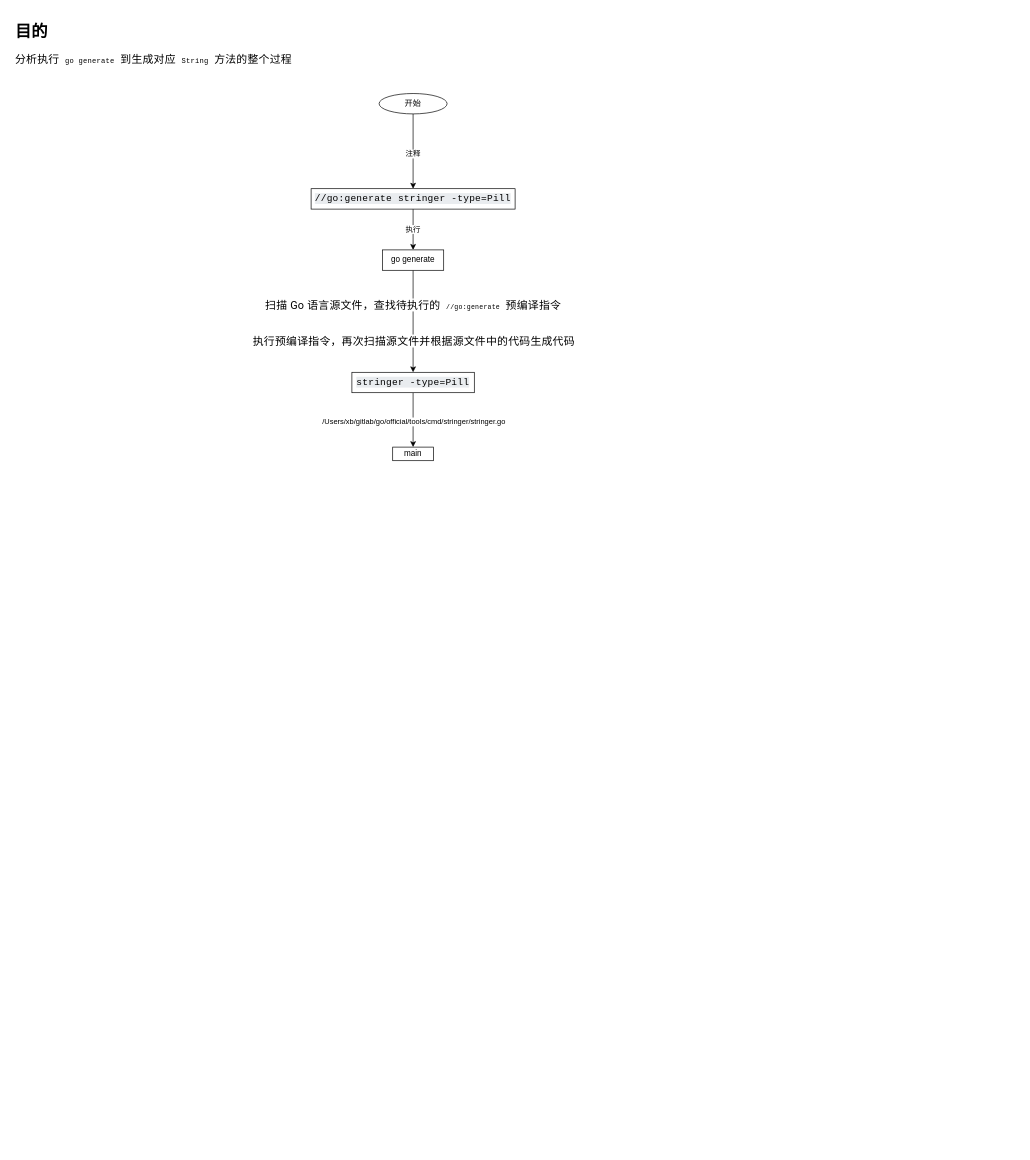
The draw.io diagram xb/design.drawio in ssbandjl/tools, before the edit. Source tidied: cells renumbered, new cells numbered last; positions are measured from the earlier drawing's top-left corner, leaving out a move shared by most shapes. Both pictures are drawn from the tidied source at 68%, with x=0, y=0 at pixel (12, 18).
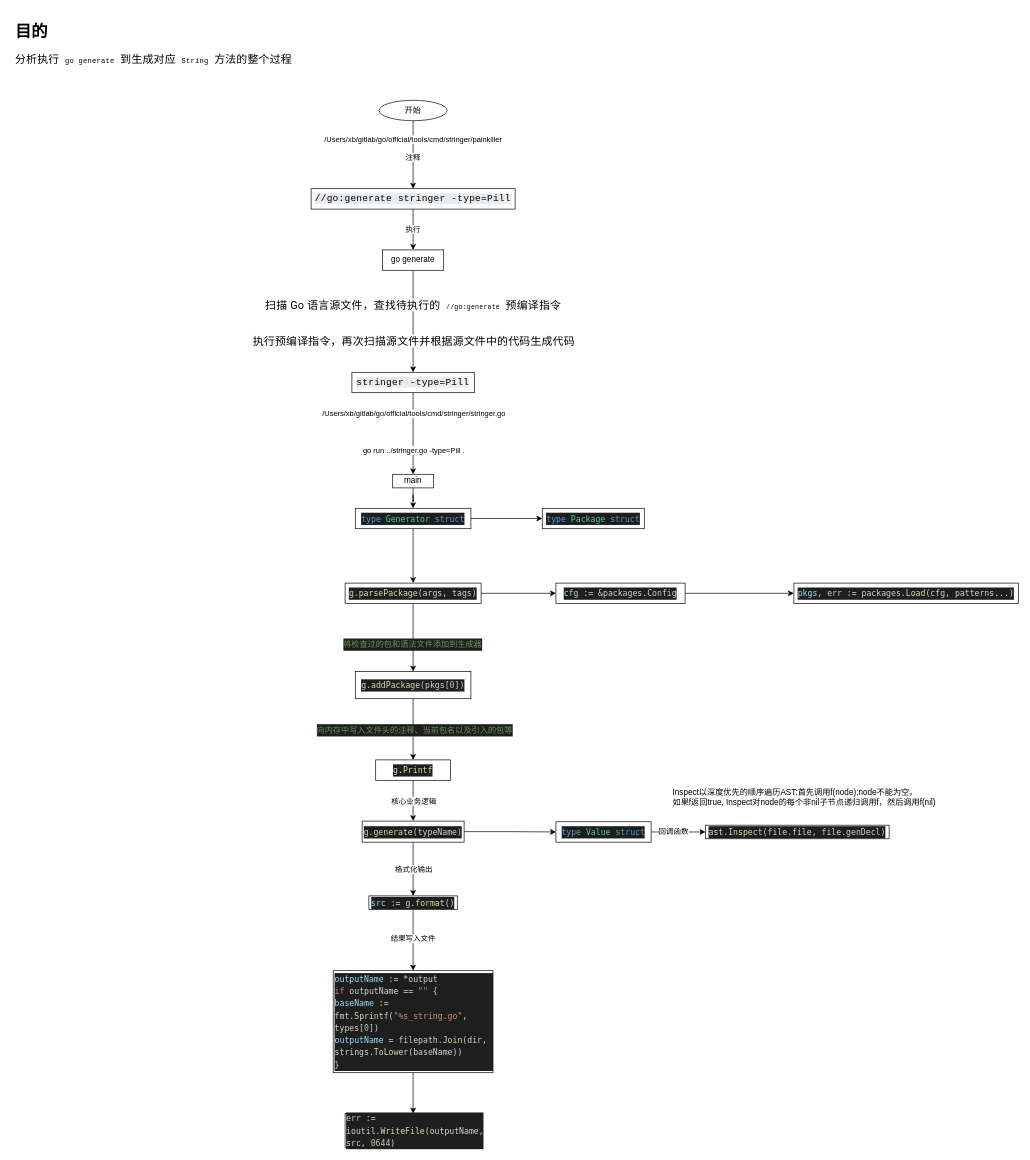
The same page after the edit.

Unchanged cells that the change refers to:
```xml
<mxCell id="2" style="edgeStyle=orthogonalEdgeStyle;rounded=0;jettySize=auto;html=1;exitX=0.5;exitY=1;exitDx=0;exitDy=0;" parent="1" edge="1" source="4" target="6">
  <mxGeometry relative="1" as="geometry" />
</mxCell>
<mxCell id="14" style="edgeStyle=orthogonalEdgeStyle;rounded=0;jettySize=auto;html=1;exitX=0.5;exitY=1;exitDx=0;exitDy=0;entryX=0.5;entryY=0;entryDx=0;entryDy=0;" parent="1" edge="1" source="16" target="17">
  <mxGeometry relative="1" as="geometry" />
</mxCell>
```

Diff of the diagram source:
```diff
@@
+    <mxCell id="18" value="/Users/xb/gitlab/go/official/tools/cmd/stringer/painkiller" style="edgeLabel;html=1;align=center;verticalAlign=middle;" parent="2" vertex="1">
+      <mxGeometry x="-0.46" y="-1" relative="1" as="geometry" />
+    </mxCell>
     <mxCell id="4" value="开始" style="ellipse;whiteSpace=wrap;html=1;" parent="1" vertex="1">
-      <mxGeometry x="540" y="110" width="100" height="30" as="geometry" />
+      <mxGeometry x="540" y="120" width="100" height="30" as="geometry" />
     </mxCell>
@@
     <mxCell id="15" value="/Users/xb/gitlab/go/official/tools/cmd/stringer/stringer.go" style="edgeLabel;html=1;align=center;verticalAlign=middle;" parent="14" vertex="1">
       <mxGeometry x="0.05" y="-1" relative="1" as="geometry">
-        <mxPoint x="1" as="offset" />
+        <mxPoint x="1" y="-33" as="offset" />
       </mxGeometry>
     </mxCell>
+    <mxCell id="19" value="go run ../stringer.go -type=Pill ." style="edgeLabel;html=1;align=center;verticalAlign=middle;" parent="14" vertex="1">
+      <mxGeometry x="0.4" relative="1" as="geometry" />
+    </mxCell>
@@
+    <mxCell id="20" style="edgeStyle=orthogonalEdgeStyle;rounded=0;jettySize=auto;html=1;exitX=0.5;exitY=1;exitDx=0;exitDy=0;" parent="1" edge="1" source="17" target="23">
+      <mxGeometry relative="1" as="geometry" />
+    </mxCell>
     <mxCell id="17" value="main" style="whiteSpace=wrap;html=1;" parent="1" vertex="1">
-      <mxGeometry x="560" y="630" width="60" height="20" as="geometry" />
+      <mxGeometry x="560" y="670" width="60" height="20" as="geometry" />
     </mxCell>
+    <mxCell id="21" style="edgeStyle=orthogonalEdgeStyle;rounded=0;jettySize=auto;html=1;exitX=1;exitY=0.5;exitDx=0;exitDy=0;" parent="1" edge="1" source="23" target="24">
+      <mxGeometry relative="1" as="geometry" />
+    </mxCell>
+    <mxCell id="22" style="edgeStyle=orthogonalEdgeStyle;rounded=0;jettySize=auto;html=1;exitX=0.5;exitY=1;exitDx=0;exitDy=0;" parent="1" edge="1" source="23" target="28">
+      <mxGeometry relative="1" as="geometry" />
+    </mxCell>
+    <mxCell id="23" value="&lt;div style=&quot;color: rgb(212 , 212 , 212) ; background-color: rgb(30 , 30 , 30) ; font-family: &amp;#34;menlo&amp;#34; , &amp;#34;monaco&amp;#34; , &amp;#34;courier new&amp;#34; , monospace ; line-height: 18px&quot;&gt;&lt;span style=&quot;color: #569cd6&quot;&gt;type&lt;/span&gt; &lt;span style=&quot;color: #4ec9b0&quot;&gt;Generator&lt;/span&gt; &lt;span style=&quot;color: #569cd6&quot;&gt;struct&lt;/span&gt;&lt;/div&gt;" style="whiteSpace=wrap;html=1;" parent="1" vertex="1">
+      <mxGeometry x="505" y="720" width="170" height="30" as="geometry" />
+    </mxCell>
+    <mxCell id="24" value="&lt;div style=&quot;color: rgb(212 , 212 , 212) ; background-color: rgb(30 , 30 , 30) ; font-family: &amp;#34;menlo&amp;#34; , &amp;#34;monaco&amp;#34; , &amp;#34;courier new&amp;#34; , monospace ; line-height: 18px&quot;&gt;&lt;span style=&quot;color: #569cd6&quot;&gt;type&lt;/span&gt; &lt;span style=&quot;color: #4ec9b0&quot;&gt;Package&lt;/span&gt; &lt;span style=&quot;color: #569cd6&quot;&gt;struct&lt;/span&gt;&lt;/div&gt;" style="whiteSpace=wrap;html=1;" parent="1" vertex="1">
+      <mxGeometry x="780" y="720" width="150" height="30" as="geometry" />
+    </mxCell>
+    <mxCell id="25" style="edgeStyle=orthogonalEdgeStyle;rounded=0;jettySize=auto;html=1;exitX=1;exitY=0.5;exitDx=0;exitDy=0;entryX=0;entryY=0.5;entryDx=0;entryDy=0;" parent="1" edge="1" source="28" target="30">
+      <mxGeometry relative="1" as="geometry" />
+    </mxCell>
+    <mxCell id="26" style="edgeStyle=orthogonalEdgeStyle;rounded=0;jettySize=auto;html=1;exitX=0.5;exitY=1;exitDx=0;exitDy=0;entryX=0.5;entryY=0;entryDx=0;entryDy=0;" parent="1" edge="1" source="28" target="34">
+      <mxGeometry relative="1" as="geometry" />
+    </mxCell>
+    <mxCell id="27" value="&lt;div style=&quot;color: rgb(212 , 212 , 212) ; background-color: rgb(30 , 30 , 30) ; font-family: &amp;#34;menlo&amp;#34; , &amp;#34;monaco&amp;#34; , &amp;#34;courier new&amp;#34; , monospace ; font-size: 12px ; line-height: 18px&quot;&gt;&lt;span style=&quot;color: #6a9955&quot;&gt;将检查过的包和语法文件添加到生成器&lt;/span&gt;&lt;/div&gt;" style="edgeLabel;html=1;align=center;verticalAlign=middle;" parent="26" vertex="1">
+      <mxGeometry x="0.18" y="-2" relative="1" as="geometry" />
+    </mxCell>
+    <mxCell id="28" value="&lt;div style=&quot;color: rgb(212 , 212 , 212) ; background-color: rgb(30 , 30 , 30) ; font-family: &amp;#34;menlo&amp;#34; , &amp;#34;monaco&amp;#34; , &amp;#34;courier new&amp;#34; , monospace ; line-height: 18px&quot;&gt;g.&lt;span style=&quot;color: #dcdcaa&quot;&gt;parsePackage&lt;/span&gt;(args, tags)&lt;/div&gt;" style="whiteSpace=wrap;html=1;" parent="1" vertex="1">
+      <mxGeometry x="490" y="830" width="200" height="30" as="geometry" />
+    </mxCell>
+    <mxCell id="29" style="edgeStyle=orthogonalEdgeStyle;rounded=0;jettySize=auto;html=1;exitX=1;exitY=0.5;exitDx=0;exitDy=0;" parent="1" edge="1" source="30" target="31">
+      <mxGeometry relative="1" as="geometry" />
+    </mxCell>
+    <mxCell id="30" value="&lt;div style=&quot;color: rgb(212 , 212 , 212) ; background-color: rgb(30 , 30 , 30) ; font-family: &amp;#34;menlo&amp;#34; , &amp;#34;monaco&amp;#34; , &amp;#34;courier new&amp;#34; , monospace ; line-height: 18px&quot;&gt;&lt;span style=&quot;color: #9cdcfe&quot;&gt;cfg&lt;/span&gt; := &amp;amp;packages.Config&lt;/div&gt;" style="whiteSpace=wrap;html=1;" parent="1" vertex="1">
+      <mxGeometry x="800" y="830" width="190" height="30" as="geometry" />
+    </mxCell>
+    <mxCell id="31" value="&lt;div style=&quot;color: rgb(212 , 212 , 212) ; background-color: rgb(30 , 30 , 30) ; font-family: &amp;#34;menlo&amp;#34; , &amp;#34;monaco&amp;#34; , &amp;#34;courier new&amp;#34; , monospace ; line-height: 18px&quot;&gt;&lt;span style=&quot;color: #9cdcfe&quot;&gt;pkgs&lt;/span&gt;, &lt;span style=&quot;color: #9cdcfe&quot;&gt;err&lt;/span&gt; := packages.&lt;span style=&quot;color: #dcdcaa&quot;&gt;Load&lt;/span&gt;(cfg, patterns...)&lt;/div&gt;" style="whiteSpace=wrap;html=1;" parent="1" vertex="1">
+      <mxGeometry x="1150" y="830" width="330" height="30" as="geometry" />
+    </mxCell>
+    <mxCell id="32" style="edgeStyle=orthogonalEdgeStyle;rounded=0;jettySize=auto;html=1;exitX=0.5;exitY=1;exitDx=0;exitDy=0;" parent="1" edge="1" source="34" target="37">
+      <mxGeometry relative="1" as="geometry" />
+    </mxCell>
+    <mxCell id="33" value="&lt;div style=&quot;color: rgb(212 , 212 , 212) ; background-color: rgb(30 , 30 , 30) ; font-family: &amp;#34;menlo&amp;#34; , &amp;#34;monaco&amp;#34; , &amp;#34;courier new&amp;#34; , monospace ; font-size: 12px ; line-height: 18px&quot;&gt;&lt;span style=&quot;color: #6a9955&quot;&gt;向内存中写入文件头的注释、当前包名以及引入的包等&lt;/span&gt;&lt;/div&gt;" style="edgeLabel;html=1;align=center;verticalAlign=middle;" parent="32" vertex="1">
+      <mxGeometry y="1" relative="1" as="geometry" />
+    </mxCell>
+    <mxCell id="34" value="&lt;div style=&quot;color: rgb(212 , 212 , 212) ; background-color: rgb(30 , 30 , 30) ; font-family: &amp;#34;menlo&amp;#34; , &amp;#34;monaco&amp;#34; , &amp;#34;courier new&amp;#34; , monospace ; line-height: 18px&quot;&gt;g.&lt;span style=&quot;color: #dcdcaa&quot;&gt;addPackage&lt;/span&gt;(pkgs[&lt;span style=&quot;color: #b5cea8&quot;&gt;0&lt;/span&gt;])&lt;/div&gt;" style="whiteSpace=wrap;html=1;" parent="1" vertex="1">
+      <mxGeometry x="505" y="960" width="170" height="40" as="geometry" />
+    </mxCell>
+    <mxCell id="35" style="edgeStyle=orthogonalEdgeStyle;rounded=0;jettySize=auto;html=1;exitX=0.5;exitY=1;exitDx=0;exitDy=0;" parent="1" edge="1" source="37" target="41">
+      <mxGeometry relative="1" as="geometry" />
+    </mxCell>
+    <mxCell id="36" value="核心业务逻辑" style="edgeLabel;html=1;align=center;verticalAlign=middle;" parent="35" vertex="1">
+      <mxGeometry x="-0.17" y="-1" relative="1" as="geometry">
+        <mxPoint x="1" y="5" as="offset" />
+      </mxGeometry>
+    </mxCell>
+    <mxCell id="37" value="&lt;div style=&quot;color: rgb(212 , 212 , 212) ; background-color: rgb(30 , 30 , 30) ; font-family: &amp;#34;menlo&amp;#34; , &amp;#34;monaco&amp;#34; , &amp;#34;courier new&amp;#34; , monospace ; line-height: 18px&quot;&gt;g.&lt;span style=&quot;color: #dcdcaa&quot;&gt;Printf&lt;/span&gt;&lt;/div&gt;" style="whiteSpace=wrap;html=1;" parent="1" vertex="1">
+      <mxGeometry x="535" y="1090" width="110" height="30" as="geometry" />
+    </mxCell>
+    <mxCell id="38" style="edgeStyle=orthogonalEdgeStyle;rounded=0;jettySize=auto;html=1;exitX=1;exitY=0.5;exitDx=0;exitDy=0;" parent="1" edge="1" source="41" target="44">
+      <mxGeometry relative="1" as="geometry" />
+    </mxCell>
+    <mxCell id="39" style="edgeStyle=orthogonalEdgeStyle;rounded=0;jettySize=auto;html=1;exitX=0.5;exitY=1;exitDx=0;exitDy=0;entryX=0.5;entryY=0;entryDx=0;entryDy=0;" parent="1" edge="1" source="41" target="48">
+      <mxGeometry relative="1" as="geometry" />
+    </mxCell>
+    <mxCell id="40" value="格式化输出" style="edgeLabel;html=1;align=center;verticalAlign=middle;" parent="39" vertex="1">
+      <mxGeometry x="0.22" relative="1" as="geometry">
+        <mxPoint y="-9" as="offset" />
+      </mxGeometry>
+    </mxCell>
+    <mxCell id="41" value="&lt;div style=&quot;color: rgb(212 , 212 , 212) ; background-color: rgb(30 , 30 , 30) ; font-family: &amp;#34;menlo&amp;#34; , &amp;#34;monaco&amp;#34; , &amp;#34;courier new&amp;#34; , monospace ; line-height: 18px&quot;&gt;g.&lt;span style=&quot;color: #dcdcaa&quot;&gt;generate&lt;/span&gt;(typeName)&lt;/div&gt;" style="whiteSpace=wrap;html=1;" parent="1" vertex="1">
+      <mxGeometry x="515" y="1180" width="150" height="31" as="geometry" />
+    </mxCell>
+    <mxCell id="42" style="edgeStyle=orthogonalEdgeStyle;rounded=0;jettySize=auto;html=1;exitX=1;exitY=0.5;exitDx=0;exitDy=0;" parent="1" edge="1" source="44" target="45">
+      <mxGeometry relative="1" as="geometry" />
+    </mxCell>
+    <mxCell id="43" value="回调函数" style="edgeLabel;html=1;align=center;verticalAlign=middle;" parent="42" vertex="1">
+      <mxGeometry x="-0.2" y="2" relative="1" as="geometry" />
+    </mxCell>
+    <mxCell id="44" value="&lt;div style=&quot;color: rgb(212 , 212 , 212) ; background-color: rgb(30 , 30 , 30) ; font-family: &amp;#34;menlo&amp;#34; , &amp;#34;monaco&amp;#34; , &amp;#34;courier new&amp;#34; , monospace ; line-height: 18px&quot;&gt;&lt;span style=&quot;color: #569cd6&quot;&gt;type&lt;/span&gt; &lt;span style=&quot;color: #4ec9b0&quot;&gt;Value&lt;/span&gt; &lt;span style=&quot;color: #569cd6&quot;&gt;struct&lt;/span&gt;&lt;/div&gt;" style="whiteSpace=wrap;html=1;" parent="1" vertex="1">
+      <mxGeometry x="800" y="1181" width="140" height="30" as="geometry" />
+    </mxCell>
+    <mxCell id="45" value="&lt;div style=&quot;color: rgb(212 , 212 , 212) ; background-color: rgb(30 , 30 , 30) ; font-family: &amp;#34;menlo&amp;#34; , &amp;#34;monaco&amp;#34; , &amp;#34;courier new&amp;#34; , monospace ; line-height: 18px&quot;&gt;ast.&lt;span style=&quot;color: #dcdcaa&quot;&gt;Inspect&lt;/span&gt;(file.file, file.genDecl)&lt;/div&gt;" style="whiteSpace=wrap;html=1;" parent="1" vertex="1">
+      <mxGeometry x="1020" y="1186" width="270" height="20" as="geometry" />
+    </mxCell>
+    <mxCell id="46" style="edgeStyle=orthogonalEdgeStyle;rounded=0;jettySize=auto;html=1;exitX=0.5;exitY=1;exitDx=0;exitDy=0;" parent="1" edge="1" source="48" target="50">
+      <mxGeometry relative="1" as="geometry" />
+    </mxCell>
+    <mxCell id="47" value="结果写入文件" style="edgeLabel;html=1;align=center;verticalAlign=middle;" parent="46" vertex="1">
+      <mxGeometry x="-0.07" y="-1" relative="1" as="geometry" />
+    </mxCell>
+    <mxCell id="48" value="&lt;div style=&quot;color: rgb(212 , 212 , 212) ; background-color: rgb(30 , 30 , 30) ; font-family: &amp;#34;menlo&amp;#34; , &amp;#34;monaco&amp;#34; , &amp;#34;courier new&amp;#34; , monospace ; line-height: 18px&quot;&gt;&lt;span style=&quot;color: #9cdcfe&quot;&gt;src&lt;/span&gt; := g.&lt;span style=&quot;color: #dcdcaa&quot;&gt;format&lt;/span&gt;()&lt;/div&gt;" style="whiteSpace=wrap;html=1;" parent="1" vertex="1">
+      <mxGeometry x="525" y="1290" width="130" height="20" as="geometry" />
+    </mxCell>
+    <mxCell id="49" style="edgeStyle=orthogonalEdgeStyle;rounded=0;jettySize=auto;html=1;exitX=0.5;exitY=1;exitDx=0;exitDy=0;" parent="1" edge="1" source="50" target="51">
+      <mxGeometry relative="1" as="geometry" />
+    </mxCell>
+    <mxCell id="50" value="&lt;div style=&quot;color: rgb(212 , 212 , 212) ; background-color: rgb(30 , 30 , 30) ; font-family: &amp;#34;menlo&amp;#34; , &amp;#34;monaco&amp;#34; , &amp;#34;courier new&amp;#34; , monospace ; line-height: 18px&quot;&gt;&lt;div style=&quot;font-family: &amp;#34;menlo&amp;#34; , &amp;#34;monaco&amp;#34; , &amp;#34;courier new&amp;#34; , monospace ; line-height: 18px&quot;&gt;&lt;div&gt;    &lt;span style=&quot;color: #9cdcfe&quot;&gt;outputName&lt;/span&gt; := *output&lt;/div&gt;&lt;div&gt;    &lt;span style=&quot;color: #c586c0&quot;&gt;if&lt;/span&gt; outputName == &lt;span style=&quot;color: #ce9178&quot;&gt;&quot;&quot;&lt;/span&gt; {&lt;/div&gt;&lt;div&gt;        &lt;span style=&quot;color: #9cdcfe&quot;&gt;baseName&lt;/span&gt; := fmt.&lt;span style=&quot;color: #dcdcaa&quot;&gt;Sprintf&lt;/span&gt;(&lt;span style=&quot;color: #ce9178&quot;&gt;&quot;%s_string.go&quot;&lt;/span&gt;, types[&lt;span style=&quot;color: #b5cea8&quot;&gt;0&lt;/span&gt;])&lt;/div&gt;&lt;div&gt;        &lt;span style=&quot;color: #9cdcfe&quot;&gt;outputName&lt;/span&gt; = filepath.&lt;span style=&quot;color: #dcdcaa&quot;&gt;Join&lt;/span&gt;(dir, strings.&lt;span style=&quot;color: #dcdcaa&quot;&gt;ToLower&lt;/span&gt;(baseName))&lt;/div&gt;&lt;div&gt;    }&lt;/div&gt;&lt;/div&gt;&lt;/div&gt;" style="whiteSpace=wrap;html=1;align=left;" parent="1" vertex="1">
+      <mxGeometry x="472.5" y="1400" width="235" height="150" as="geometry" />
+    </mxCell>
+    <mxCell id="51" value="&lt;div style=&quot;color: rgb(212 , 212 , 212) ; background-color: rgb(30 , 30 , 30) ; font-family: &amp;#34;menlo&amp;#34; , &amp;#34;monaco&amp;#34; , &amp;#34;courier new&amp;#34; , monospace ; line-height: 18px&quot;&gt;&lt;span style=&quot;color: #9cdcfe&quot;&gt;err&lt;/span&gt; := ioutil.&lt;span style=&quot;color: #dcdcaa&quot;&gt;WriteFile&lt;/span&gt;(outputName, src, &lt;span style=&quot;color: #b5cea8&quot;&gt;0644&lt;/span&gt;)&lt;/div&gt;" style="whiteSpace=wrap;html=1;align=left;" parent="1" vertex="1">
+      <mxGeometry x="490" y="1610" width="200" height="50" as="geometry" />
+    </mxCell>
+    <mxCell id="52" value="Inspect以深度优先的顺序遍历AST:首先调用f(node);node不能为空。&lt;br&gt;如果f返回true, Inspect对node的每个非nil子节点递归调用f，然后调用f(nil)" style="text;html=1;align=left;verticalAlign=middle;" parent="1" vertex="1">
+      <mxGeometry x="970" y="1130" width="400" height="30" as="geometry" />
+    </mxCell>
```
